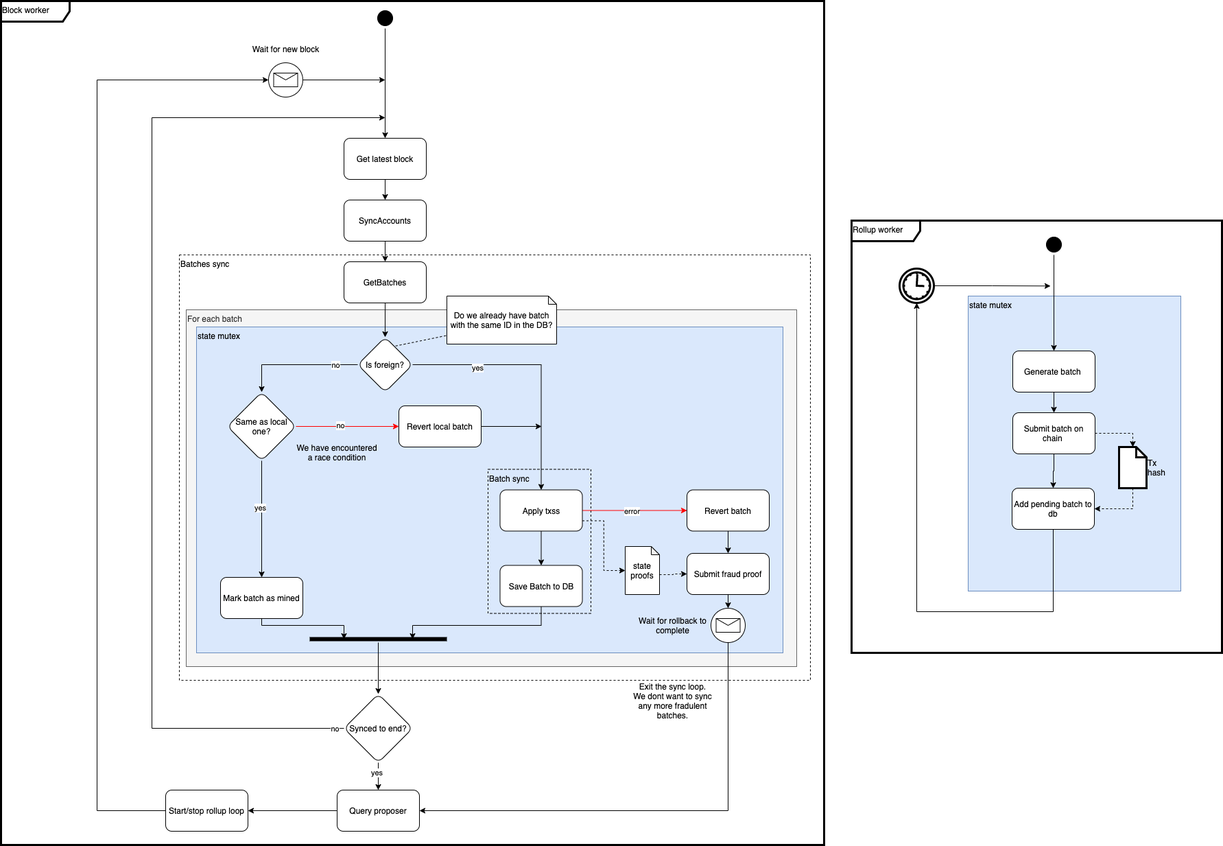
worldcoin/hubble-commander keeps this draw.io diagram as docs/sync_loop.png. Above is the earlier version. Source tidied: cells renumbered, new cells last; positions are measured from the earlier drawing's top-left corner, leaving out a move shared by most shapes.
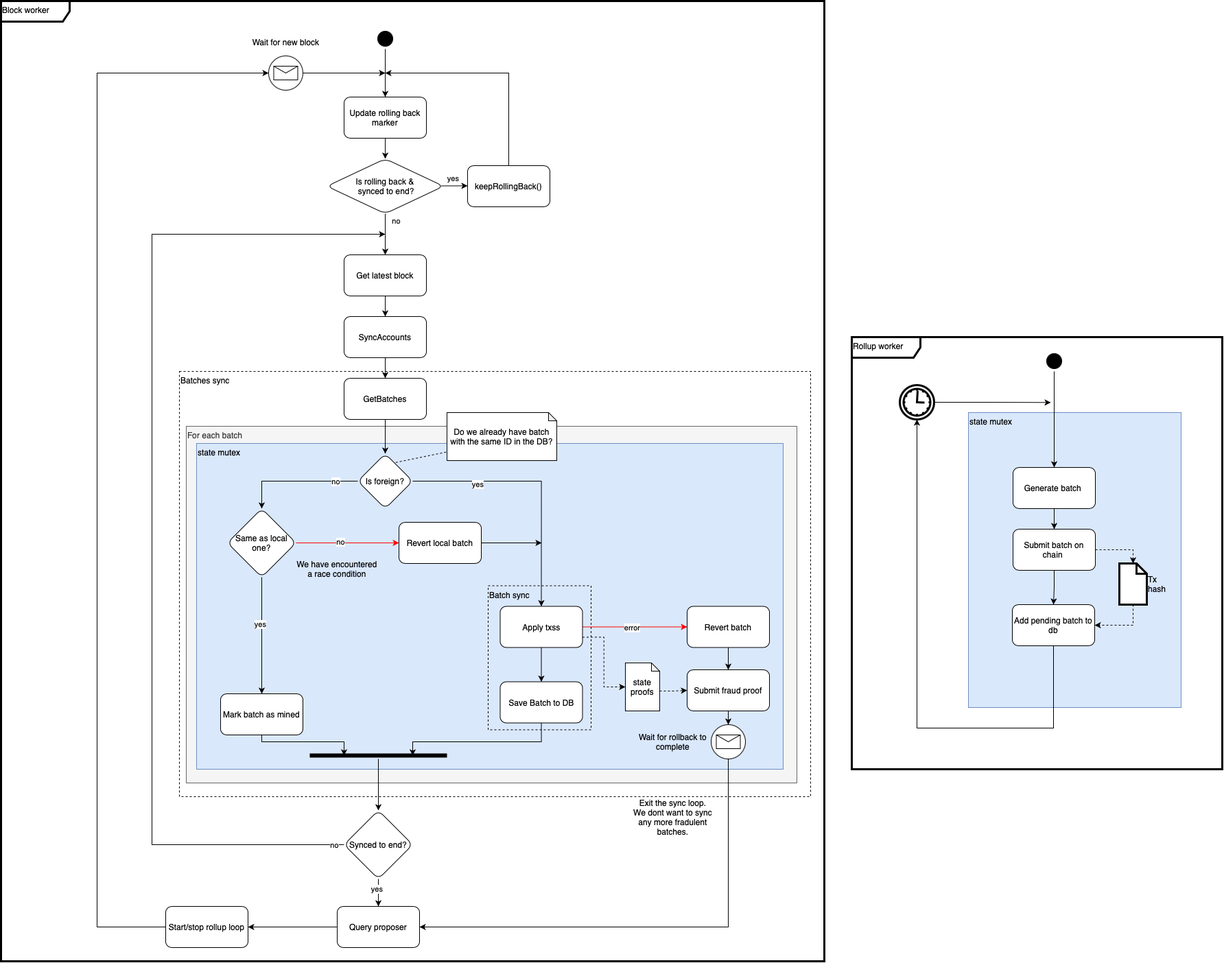
Later version of the same file.

Commit message:
Add rollback handling logic to sync_loop diagram

Diff of the diagram source:
```diff
@@ -3,7 +3,7 @@
     <mxCell id="0" />
     <mxCell id="1" parent="0" />
     <mxCell id="2" value="Block worker" style="shape=umlFrame;whiteSpace=wrap;html=1;strokeColor=#000000;fillColor=none;align=left;verticalAlign=top;width=100;height=30;strokeWidth=3;" parent="1" vertex="1">
-      <mxGeometry width="1200" height="1230" as="geometry" />
+      <mxGeometry y="-170" width="1200" height="1400" as="geometry" />
     </mxCell>
     <mxCell id="3" value="Batches sync" style="rounded=0;whiteSpace=wrap;html=1;strokeColor=#000000;fillColor=none;verticalAlign=top;dashed=1;align=left;" parent="1" vertex="1">
       <mxGeometry x="260" y="370" width="920" height="620" as="geometry" />
@@ -142,14 +142,14 @@
     </mxCell>
     <mxCell id="42" style="edgeStyle=orthogonalEdgeStyle;rounded=0;jettySize=auto;html=1;exitX=1;exitY=0.5;exitDx=0;exitDy=0;exitPerimeter=0;strokeColor=#000000;" parent="1" edge="1" source="43">
       <mxGeometry relative="1" as="geometry">
-        <mxPoint x="560" y="115" as="targetPoint" />
+        <mxPoint x="560" y="-65" as="targetPoint" />
       </mxGeometry>
     </mxCell>
     <mxCell id="43" style="points=[[0.145,0.145,0],[0.5,0,0],[0.855,0.145,0],[1,0.5,0],[0.855,0.855,0],[0.5,1,0],[0.145,0.855,0],[0,0.5,0]];shape=mxgraph.bpmn.event;html=1;verticalLabelPosition=bottom;labelBackgroundColor=#ffffff;verticalAlign=top;align=center;perimeter=ellipsePerimeter;outlineConnect=0;outline=standard;symbol=message;strokeColor=#000000;" parent="1" vertex="1">
-      <mxGeometry x="390" y="90" width="50" height="50" as="geometry" />
+      <mxGeometry x="390" y="-90" width="50" height="50" as="geometry" />
     </mxCell>
     <mxCell id="44" value="Wait for new block" style="text;html=1;align=center;verticalAlign=middle;strokeColor=none;" parent="1" vertex="1">
-      <mxGeometry x="360" y="60" width="110" height="20" as="geometry" />
+      <mxGeometry x="360" y="-120" width="110" height="20" as="geometry" />
     </mxCell>
     <mxCell id="45" style="edgeStyle=orthogonalEdgeStyle;rounded=0;jettySize=auto;html=1;exitX=0;exitY=0.5;exitDx=0;exitDy=0;strokeColor=#000000;" parent="1" edge="1" source="46" target="48">
       <mxGeometry relative="1" as="geometry" />
@@ -161,18 +161,18 @@
       <mxGeometry relative="1" as="geometry">
         <Array as="points">
           <mxPoint x="140" y="1180" />
-          <mxPoint x="140" y="115" />
+          <mxPoint x="140" y="-65" />
         </Array>
       </mxGeometry>
     </mxCell>
     <mxCell id="48" value="Start/stop rollup loop" style="whiteSpace=wrap;html=1;rounded=1;" parent="1" vertex="1">
       <mxGeometry x="240" y="1150" width="120" height="60" as="geometry" />
     </mxCell>
-    <mxCell id="49" style="edgeStyle=orthogonalEdgeStyle;rounded=0;jettySize=auto;html=1;exitX=0.5;exitY=1;exitDx=0;exitDy=0;strokeColor=#000000;" parent="1" edge="1" source="50" target="10">
+    <mxCell id="49" style="edgeStyle=orthogonalEdgeStyle;rounded=0;jettySize=auto;html=1;exitX=0.5;exitY=1;exitDx=0;exitDy=0;strokeColor=#000000;" parent="1" edge="1" source="50" target="83">
       <mxGeometry relative="1" as="geometry" />
     </mxCell>
     <mxCell id="50" style="ellipse;html=1;shape=startState;fillColor=#000000;align=left;verticalAlign=top;" parent="1" vertex="1">
-      <mxGeometry x="545" y="10" width="30" height="30" as="geometry" />
+      <mxGeometry x="545" y="-130" width="30" height="30" as="geometry" />
     </mxCell>
     <mxCell id="51" style="edgeStyle=orthogonalEdgeStyle;rounded=0;jettySize=auto;html=1;strokeColor=#000000;" parent="1" edge="1" source="52" target="54">
       <mxGeometry relative="1" as="geometry" />
@@ -264,5 +264,36 @@
     <mxCell id="77" value="Wait for rollback to complete" style="text;html=1;strokeColor=none;fillColor=none;align=center;verticalAlign=middle;whiteSpace=wrap;rounded=0;dashed=1;labelBackgroundColor=none;" parent="1" vertex="1">
       <mxGeometry x="910" y="900" width="139" height="20" as="geometry" />
     </mxCell>
+    <mxCell id="78" style="edgeStyle=orthogonalEdgeStyle;rounded=0;jettySize=auto;html=1;exitX=0.5;exitY=1;exitDx=0;exitDy=0;entryX=0.5;entryY=0;entryDx=0;entryDy=0;" parent="1" edge="1" source="81" target="10">
+      <mxGeometry relative="1" as="geometry" />
+    </mxCell>
+    <mxCell id="79" value="no" style="edgeLabel;html=1;align=center;verticalAlign=middle;" parent="78" vertex="1">
+      <mxGeometry x="-0.5" y="2" relative="1" as="geometry">
+        <mxPoint x="13" y="-5" as="offset" />
+      </mxGeometry>
+    </mxCell>
+    <mxCell id="80" value="yes" style="edgeStyle=orthogonalEdgeStyle;rounded=0;jettySize=auto;html=1;exitX=0.979;exitY=0.494;exitDx=0;exitDy=0;entryX=0;entryY=0.5;entryDx=0;entryDy=0;exitPerimeter=0;" parent="1" edge="1" source="81" target="85">
+      <mxGeometry x="-0.14" y="10" relative="1" as="geometry" />
+    </mxCell>
+    <mxCell id="81" value="Is rolling back &amp;amp;&lt;br&gt;&amp;nbsp;synced to end?" style="rhombus;whiteSpace=wrap;html=1;rounded=1;" parent="1" vertex="1">
+      <mxGeometry x="475" y="60" width="170" height="80" as="geometry" />
+    </mxCell>
+    <mxCell id="82" style="edgeStyle=orthogonalEdgeStyle;rounded=0;jettySize=auto;html=1;exitX=0.5;exitY=1;exitDx=0;exitDy=0;entryX=0.5;entryY=0;entryDx=0;entryDy=0;" parent="1" edge="1" source="83" target="81">
+      <mxGeometry relative="1" as="geometry" />
+    </mxCell>
+    <mxCell id="83" value="Update rolling back marker" style="rounded=1;whiteSpace=wrap;html=1;" parent="1" vertex="1">
+      <mxGeometry x="500" y="-30" width="120" height="60" as="geometry" />
+    </mxCell>
+    <mxCell id="84" style="edgeStyle=orthogonalEdgeStyle;rounded=0;jettySize=auto;html=1;exitX=0.5;exitY=0;exitDx=0;exitDy=0;" parent="1" edge="1" source="85">
+      <mxGeometry relative="1" as="geometry">
+        <mxPoint x="560" y="-65" as="targetPoint" />
+        <Array as="points">
+          <mxPoint x="740" y="-65" />
+        </Array>
+      </mxGeometry>
+    </mxCell>
+    <mxCell id="85" value="keepRollingBack()" style="whiteSpace=wrap;html=1;rounded=1;" parent="1" vertex="1">
+      <mxGeometry x="680" y="70" width="120" height="60" as="geometry" />
+    </mxCell>
   </root>
 </mxGraphModel>
```
